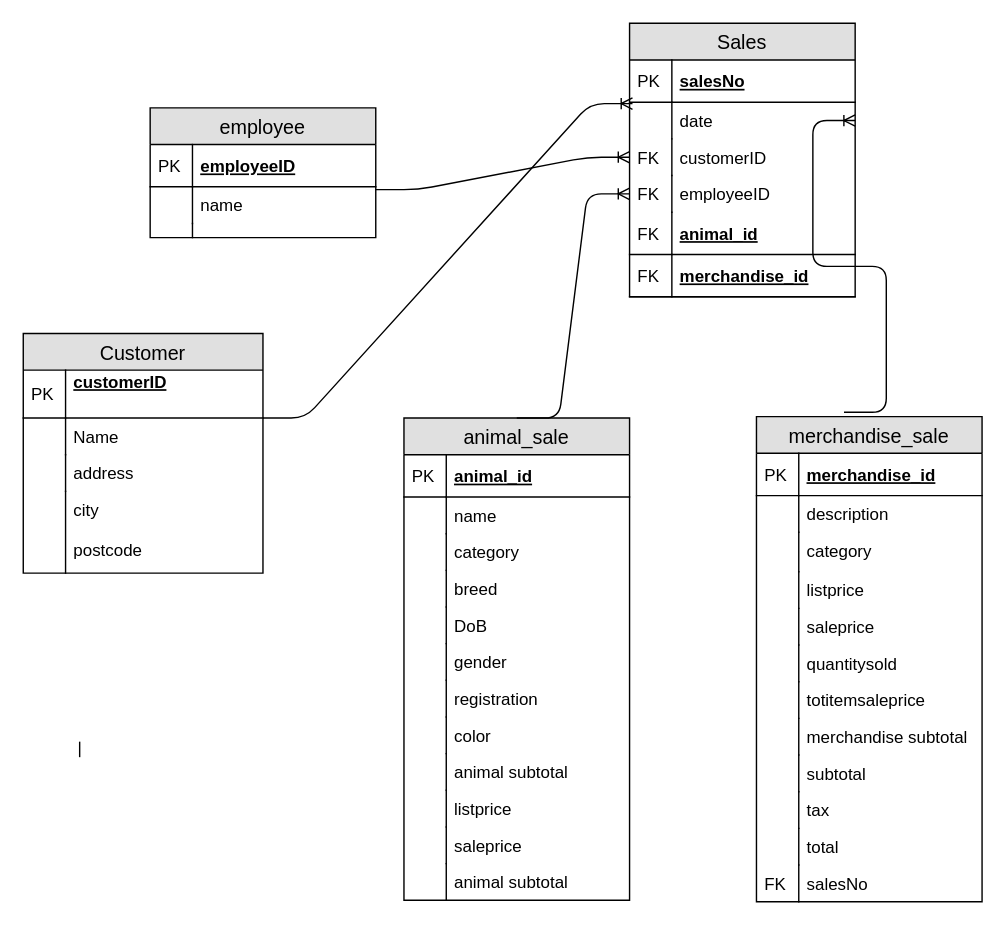
Above: 3.drawio in ssd32033/Dteam (draw.io), before the change. Source tidied: cells renumbered, new cells numbered last; positions are measured from the earlier drawing's top-left corner, leaving out a move shared by most shapes. Both pictures are drawn from the tidied source at 141%, with x=0, y=0 at pixel (23, 23).
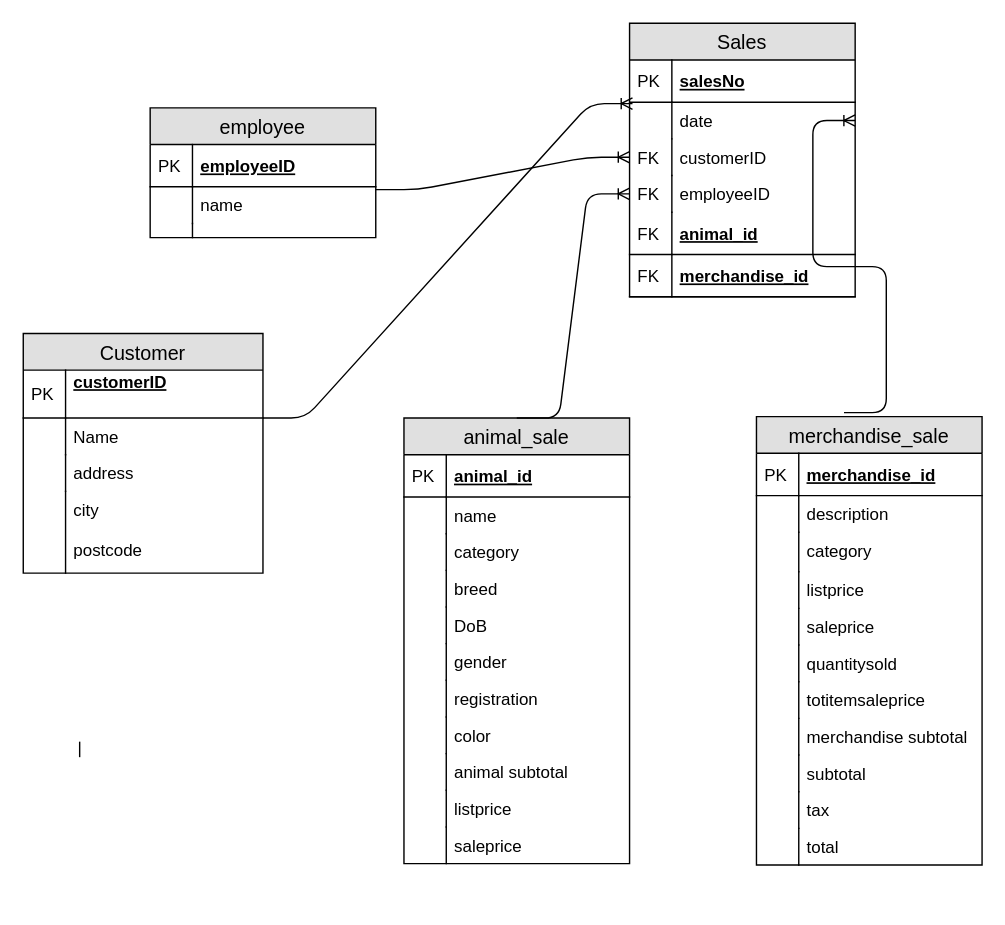
The same diagram, later.

Change to the diagram source:
```diff
@@
     <mxCell id="33" value="animal_sale" style="swimlane;fontStyle=0;horizontal=1;startSize=26;fillColor=#e0e0e0;swimlaneFillColor=#ffffff;align=center;fontSize=14;" parent="1" vertex="1">
-      <mxGeometry x="270" y="280" width="160" height="342" as="geometry" />
+      <mxGeometry x="270" y="280" width="160" height="316" as="geometry" />
     </mxCell>
@@
-    <mxCell id="56" value="animal subtotal" style="shape=partialRectangle;top=0;left=0;right=0;bottom=0;align=left;verticalAlign=top;fillColor=none;spacingLeft=34;spacingRight=4;overflow=hidden;fontSize=12;" parent="33" vertex="1">
-      <mxGeometry y="316" width="160" height="26" as="geometry" />
-    </mxCell>
-    <mxCell id="57" style="shape=partialRectangle;top=0;left=0;bottom=0;fillColor=none;align=left;verticalAlign=top;spacingLeft=4;spacingRight=4;overflow=hidden;fontSize=12;" parent="56" vertex="1">
-      <mxGeometry width="30" height="26" as="geometry" />
-    </mxCell>
     <mxCell id="58" value="merchandise_sale" style="swimlane;fontStyle=0;horizontal=1;startSize=26;fillColor=#e0e0e0;swimlaneFillColor=#ffffff;align=center;fontSize=14;" parent="1" vertex="1">
-      <mxGeometry x="520" y="279" width="160" height="344" as="geometry" />
+      <mxGeometry x="520" y="279" width="160" height="318" as="geometry" />
     </mxCell>
@@
-    <mxCell id="81" value="salesNo" style="shape=partialRectangle;top=0;left=0;right=0;bottom=0;align=left;verticalAlign=top;fillColor=none;spacingLeft=34;spacingRight=4;overflow=hidden;fontSize=12;" parent="58" vertex="1">
-      <mxGeometry y="318" width="160" height="26" as="geometry" />
-    </mxCell>
-    <mxCell id="82" value="FK" style="shape=partialRectangle;top=0;left=0;bottom=0;fillColor=none;align=left;verticalAlign=top;spacingLeft=4;spacingRight=4;overflow=hidden;fontSize=12;" parent="81" vertex="1">
-      <mxGeometry width="30" height="26" as="geometry" />
-    </mxCell>
```
